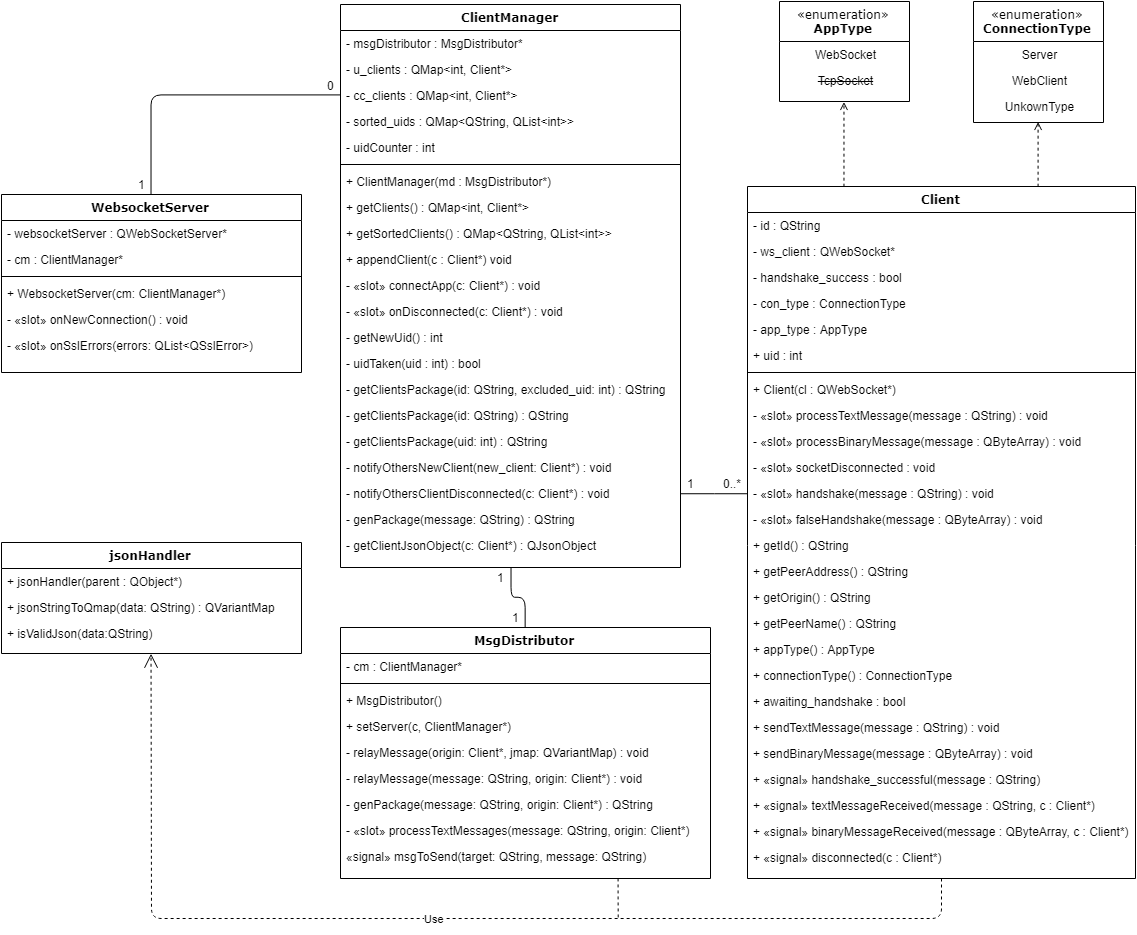
This is Documentation/Server/rpae server - class diagram.png from techneut92/RPi-App-Engine, a draw.io export, as it was before one commit. Source tidied: cells renumbered, new cells last; positions are measured from the earlier drawing's top-left corner, leaving out a move shared by most shapes.
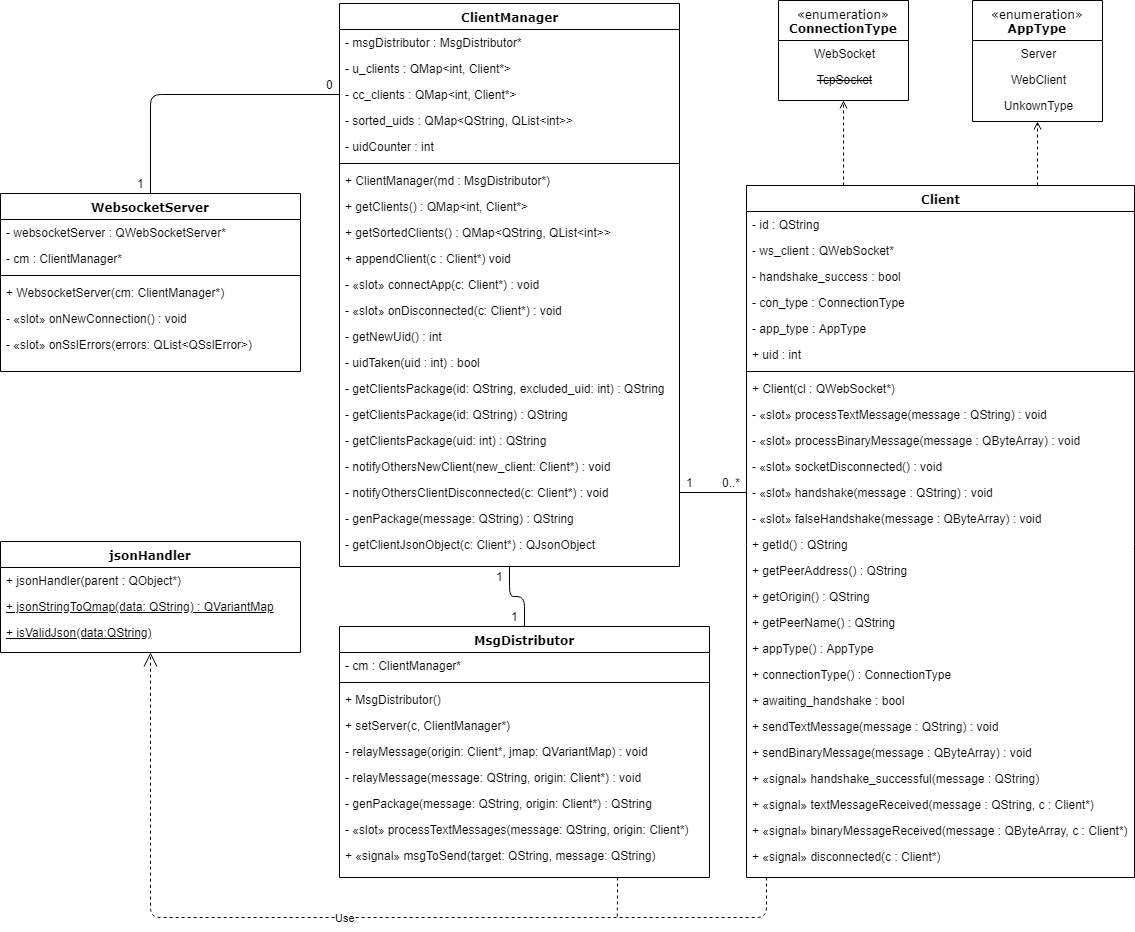
After the change.

The edit, as a diff of the source:
```diff
@@ -41,7 +41,7 @@
     <mxCell id="14" value="- «slot» processBinaryMessage(message : QByteArray) : void" style="text;html=1;strokeColor=none;fillColor=none;align=left;verticalAlign=top;spacingLeft=4;spacingRight=4;whiteSpace=wrap;overflow=hidden;" parent="4" vertex="1">
       <mxGeometry y="242" width="388" height="26" as="geometry" />
     </mxCell>
-    <mxCell id="15" value="- «slot» socketDisconnected : void" style="text;html=1;strokeColor=none;fillColor=none;align=left;verticalAlign=top;spacingLeft=4;spacingRight=4;whiteSpace=wrap;overflow=hidden;" parent="4" vertex="1">
+    <mxCell id="15" value="- «slot» socketDisconnected() : void" style="text;html=1;strokeColor=none;fillColor=none;align=left;verticalAlign=top;spacingLeft=4;spacingRight=4;whiteSpace=wrap;overflow=hidden;" parent="4" vertex="1">
       <mxGeometry y="268" width="388" height="26" as="geometry" />
     </mxCell>
     <mxCell id="16" value="- «slot» handshake(message : QString) : void" style="text;html=1;strokeColor=none;fillColor=none;align=left;verticalAlign=top;spacingLeft=4;spacingRight=4;whiteSpace=wrap;overflow=hidden;points=[[0,0.5],[1,0.5]];portConstraint=eastwest;" parent="4" vertex="1">
@@ -89,7 +89,7 @@
     <mxCell id="30" value="+ «signal» disconnected(c : Client*)" style="text;html=1;strokeColor=none;fillColor=none;align=left;verticalAlign=top;spacingLeft=4;spacingRight=4;whiteSpace=wrap;overflow=hidden;" parent="4" vertex="1">
       <mxGeometry y="658" width="388" height="26" as="geometry" />
     </mxCell>
-    <mxCell id="31" value="&lt;span style=&quot;font-weight: normal&quot;&gt;&lt;font&gt;«enumeration»&lt;/font&gt;&lt;/span&gt;&lt;br&gt;&lt;span&gt;AppType&lt;br&gt;&lt;/span&gt;" style="swimlane;html=1;fontStyle=1;align=center;verticalAlign=top;horizontal=1;startSize=40;swimlaneFillColor=#ffffff;rounded=0;shadow=0;comic=0;labelBackgroundColor=none;strokeColor=#000000;strokeWidth=1;fillColor=none;fontFamily=Verdana;fontSize=12;fontColor=#000000;" parent="1" vertex="1">
+    <mxCell id="31" value="&lt;span style=&quot;font-weight: normal&quot;&gt;«enumeration»&lt;/span&gt;&lt;br&gt;ConnectionType&lt;br&gt;" style="swimlane;html=1;fontStyle=1;align=center;verticalAlign=top;horizontal=1;startSize=40;swimlaneFillColor=#ffffff;rounded=0;shadow=0;comic=0;labelBackgroundColor=none;strokeColor=#000000;strokeWidth=1;fillColor=none;fontFamily=Verdana;fontSize=12;fontColor=#000000;" parent="1" vertex="1">
       <mxGeometry x="778" width="130" height="100" as="geometry" />
     </mxCell>
     <mxCell id="32" value="WebSocket" style="text;html=1;strokeColor=none;fillColor=none;align=center;verticalAlign=top;spacingLeft=4;spacingRight=4;whiteSpace=wrap;overflow=hidden;" parent="31" vertex="1">
@@ -98,7 +98,7 @@
     <mxCell id="33" value="&lt;strike style=&quot;font-style: normal&quot;&gt;TcpSocket&lt;/strike&gt;" style="text;html=1;strokeColor=none;fillColor=none;align=center;verticalAlign=top;spacingLeft=4;spacingRight=4;whiteSpace=wrap;overflow=hidden;fontStyle=2;" parent="31" vertex="1">
       <mxGeometry y="66" width="130" height="26" as="geometry" />
     </mxCell>
-    <mxCell id="34" value="&lt;span style=&quot;font-weight: normal&quot;&gt;&lt;font&gt;«enumeration»&lt;/font&gt;&lt;/span&gt;&lt;br&gt;ConnectionType&lt;span&gt;&lt;br&gt;&lt;/span&gt;" style="swimlane;html=1;fontStyle=1;align=center;verticalAlign=top;horizontal=1;startSize=40;swimlaneFillColor=#ffffff;rounded=0;shadow=0;comic=0;labelBackgroundColor=none;strokeColor=#000000;strokeWidth=1;fillColor=none;fontFamily=Verdana;fontSize=12;fontColor=#000000;" parent="1" vertex="1">
+    <mxCell id="34" value="&lt;span style=&quot;font-weight: normal&quot;&gt;«enumeration»&lt;/span&gt;&lt;br&gt;AppType&lt;span&gt;&lt;br&gt;&lt;/span&gt;" style="swimlane;html=1;fontStyle=1;align=center;verticalAlign=top;horizontal=1;startSize=40;swimlaneFillColor=#ffffff;rounded=0;shadow=0;comic=0;labelBackgroundColor=none;strokeColor=#000000;strokeWidth=1;fillColor=none;fontFamily=Verdana;fontSize=12;fontColor=#000000;" parent="1" vertex="1">
       <mxGeometry x="972" width="130" height="121" as="geometry" />
     </mxCell>
     <mxCell id="35" value="Server&lt;br&gt;" style="text;html=1;strokeColor=none;fillColor=none;align=center;verticalAlign=top;spacingLeft=4;spacingRight=4;whiteSpace=wrap;overflow=hidden;" parent="34" vertex="1">
@@ -191,10 +191,10 @@
     <mxCell id="64" value="+ jsonHandler(parent : QObject*)" style="text;html=1;strokeColor=none;fillColor=none;align=left;verticalAlign=top;spacingLeft=4;spacingRight=4;whiteSpace=wrap;overflow=hidden;" parent="63" vertex="1">
       <mxGeometry y="26" width="300" height="26" as="geometry" />
     </mxCell>
-    <mxCell id="65" value="+ jsonStringToQmap(data: QString) : QVariantMap" style="text;html=1;strokeColor=none;fillColor=none;align=left;verticalAlign=top;spacingLeft=4;spacingRight=4;whiteSpace=wrap;overflow=hidden;" parent="63" vertex="1">
+    <mxCell id="65" value="&lt;u&gt;+ jsonStringToQmap(data: QString) : QVariantMap&lt;/u&gt;" style="text;html=1;strokeColor=none;fillColor=none;align=left;verticalAlign=top;spacingLeft=4;spacingRight=4;whiteSpace=wrap;overflow=hidden;" parent="63" vertex="1">
       <mxGeometry y="52" width="300" height="26" as="geometry" />
     </mxCell>
-    <mxCell id="66" value="+ isValidJson(data:QString)" style="text;html=1;strokeColor=none;fillColor=none;align=left;verticalAlign=top;spacingLeft=4;spacingRight=4;whiteSpace=wrap;overflow=hidden;" parent="63" vertex="1">
+    <mxCell id="66" value="&lt;u&gt;+ isValidJson(data:QString)&lt;/u&gt;" style="text;html=1;strokeColor=none;fillColor=none;align=left;verticalAlign=top;spacingLeft=4;spacingRight=4;whiteSpace=wrap;overflow=hidden;" parent="63" vertex="1">
       <mxGeometry y="78" width="300" height="26" as="geometry" />
     </mxCell>
     <mxCell id="67" style="edgeStyle=orthogonalEdgeStyle;rounded=1;comic=0;jumpStyle=none;jettySize=auto;html=1;exitX=0.5;exitY=0;exitDx=0;exitDy=0;shadow=0;endArrow=none;endFill=0;targetPerimeterSpacing=0;strokeColor=#000000;strokeWidth=1;fontFamily=Helvetica;entryX=0.5;entryY=1;entryDx=0;entryDy=0;" parent="1" edge="1" source="68" target="38">
@@ -227,7 +227,7 @@
     <mxCell id="76" value="- «slot» processTextMessages(message: QString, origin: Client*)" style="text;html=1;strokeColor=none;fillColor=none;align=left;verticalAlign=top;spacingLeft=4;spacingRight=4;whiteSpace=wrap;overflow=hidden;" parent="68" vertex="1">
       <mxGeometry y="190" width="370" height="26" as="geometry" />
     </mxCell>
-    <mxCell id="77" value="«signal» msgToSend(target: QString, message: QString)" style="text;html=1;strokeColor=none;fillColor=none;align=left;verticalAlign=top;spacingLeft=4;spacingRight=4;whiteSpace=wrap;overflow=hidden;" parent="68" vertex="1">
+    <mxCell id="77" value="+ «signal» msgToSend(target: QString, message: QString)" style="text;html=1;strokeColor=none;fillColor=none;align=left;verticalAlign=top;spacingLeft=4;spacingRight=4;whiteSpace=wrap;overflow=hidden;" parent="68" vertex="1">
       <mxGeometry y="216" width="370" height="26" as="geometry" />
     </mxCell>
     <mxCell id="78" value="1" style="text;html=1;align=center;verticalAlign=middle;fillColor=none;strokeColor=none;rounded=0;fontFamily=Helvetica;" parent="1" vertex="1">
@@ -244,10 +244,11 @@
         <mxPoint x="466.7" y="0.2" as="targetPoint" />
       </mxGeometry>
     </mxCell>
-    <mxCell id="82" value="Use" style="endArrow=open;endSize=12;dashed=1;html=1;shadow=0;strokeColor=#000000;strokeWidth=1;fontFamily=Helvetica;entryX=0.5;entryY=1;entryDx=0;entryDy=0;exitX=0.5;exitY=1;exitDx=0;exitDy=0;" parent="80" edge="1" source="4" target="63">
+    <mxCell id="82" value="Use" style="endArrow=open;endSize=12;dashed=1;html=1;shadow=0;strokeColor=#000000;strokeWidth=1;fontFamily=Helvetica;entryX=0.5;entryY=1;entryDx=0;entryDy=0;" parent="80" edge="1" target="63">
       <mxGeometry relative="1" as="geometry">
+        <mxPoint x="616" y="-40" as="sourcePoint" />
         <Array as="points">
-          <mxPoint x="790" />
+          <mxPoint x="616" />
           <mxPoint />
         </Array>
       </mxGeometry>
```
